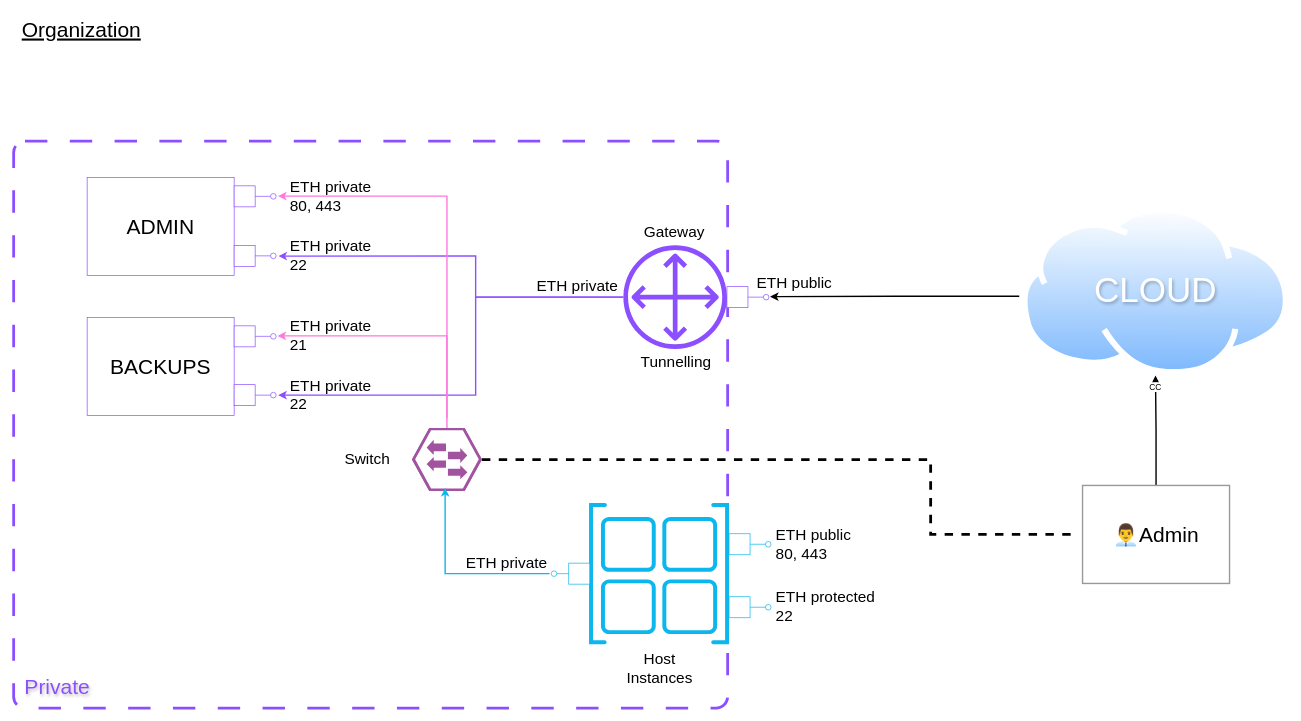
Above: doc/Organization.drawio in yesbabylon/b2 (draw.io), before the change. Source tidied: cells renumbered, new cells numbered last; positions are measured from the earlier drawing's top-left corner, leaving out a move shared by most shapes. Both pictures are drawn from the tidied source at 70%, with x=0, y=0 at pixel (13, 12).
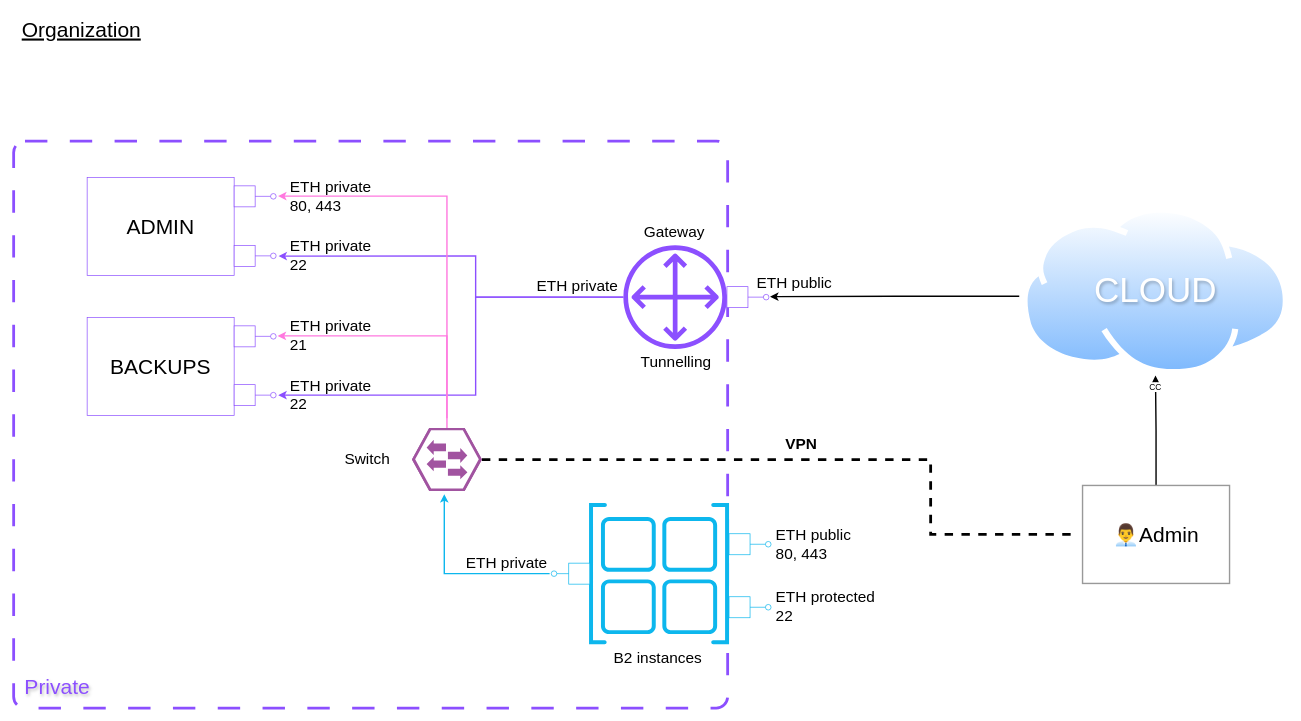
Above is the later version.

The change refers to these unchanged cells:
```xml
<mxCell id="11" style="verticalLabelPosition=bottom;sketch=0;html=1;fillColor=#A153A0;strokeColor=#ffffff;verticalAlign=top;align=center;points=[[0,0.5,0],[0.125,0.25,0],[0.25,0,0],[0.5,0,0],[0.75,0,0],[0.875,0.25,0],[1,0.5,0],[0.875,0.75,0],[0.75,1,0],[0.5,1,0],[0.125,0.75,0]];shape=mxgraph.cisco_safe.compositeIcon;bgIcon=mxgraph.cisco_safe.design.blank_device;resIcon=mxgraph.cisco_safe.design.access_switch_2;" parent="1" vertex="1">
  <mxGeometry x="569" y="594" width="100" height="90" as="geometry" />
</mxCell>
<mxCell id="44" style="ellipse;html=1;fontSize=11;align=center;fillColor=none;points=[];verticalAlign=bottom;labelPosition=center;verticalLabelPosition=top;flipH=1;strokeColor=#0DB7ED;" parent="1" vertex="1">
  <mxGeometry x="768" y="798" width="8" height="8" as="geometry" />
</mxCell>
```

The edit, as a diff of the source:
```diff
@@
-    <mxCell id="18" value="Host&lt;br&gt;Instances" style="text;strokeColor=none;align=center;fillColor=none;html=1;verticalAlign=middle;whiteSpace=wrap;rounded=0;fontSize=22;" parent="1" vertex="1">
-      <mxGeometry x="883" y="909" width="80" height="56" as="geometry" />
+    <mxCell id="18" value="B2 instances" style="text;strokeColor=none;align=center;fillColor=none;html=1;verticalAlign=middle;whiteSpace=wrap;rounded=0;fontSize=22;" parent="1" vertex="1">
+      <mxGeometry x="854" y="895" width="133" height="56" as="geometry" />
     </mxCell>
-    <mxCell id="19" style="edgeStyle=orthogonalEdgeStyle;rounded=0;jettySize=auto;html=1;entryX=0.474;entryY=0.951;entryDx=0;entryDy=0;entryPerimeter=0;strokeWidth=2;strokeColor=#0DB7ED;exitX=1.294;exitY=0.502;exitDx=0;exitDy=0;exitPerimeter=0;" parent="1" edge="1" source="44" target="11">
+    <mxCell id="19" style="edgeStyle=orthogonalEdgeStyle;rounded=0;jettySize=auto;html=1;strokeWidth=2;strokeColor=#0DB7ED;exitX=1.294;exitY=0.502;exitDx=0;exitDy=0;exitPerimeter=0;entryX=0.462;entryY=1.049;entryDx=0;entryDy=0;entryPerimeter=0;" parent="1" edge="1" source="44" target="11">
       <mxGeometry relative="1" as="geometry">
         <Array as="points">
-          <mxPoint x="616" y="802" />
+          <mxPoint x="615" y="802" />
         </Array>
       </mxGeometry>
     </mxCell>
@@
+    <mxCell id="58" value="&lt;font style=&quot;font-size: 22px;&quot;&gt;&lt;b&gt;VPN&lt;/b&gt;&lt;/font&gt;" style="text;html=1;align=center;verticalAlign=middle;strokeColor=none;fillColor=none;shadow=1;" parent="1" vertex="1">
+      <mxGeometry x="1090" y="597" width="70" height="40" as="geometry" />
+    </mxCell>
```
